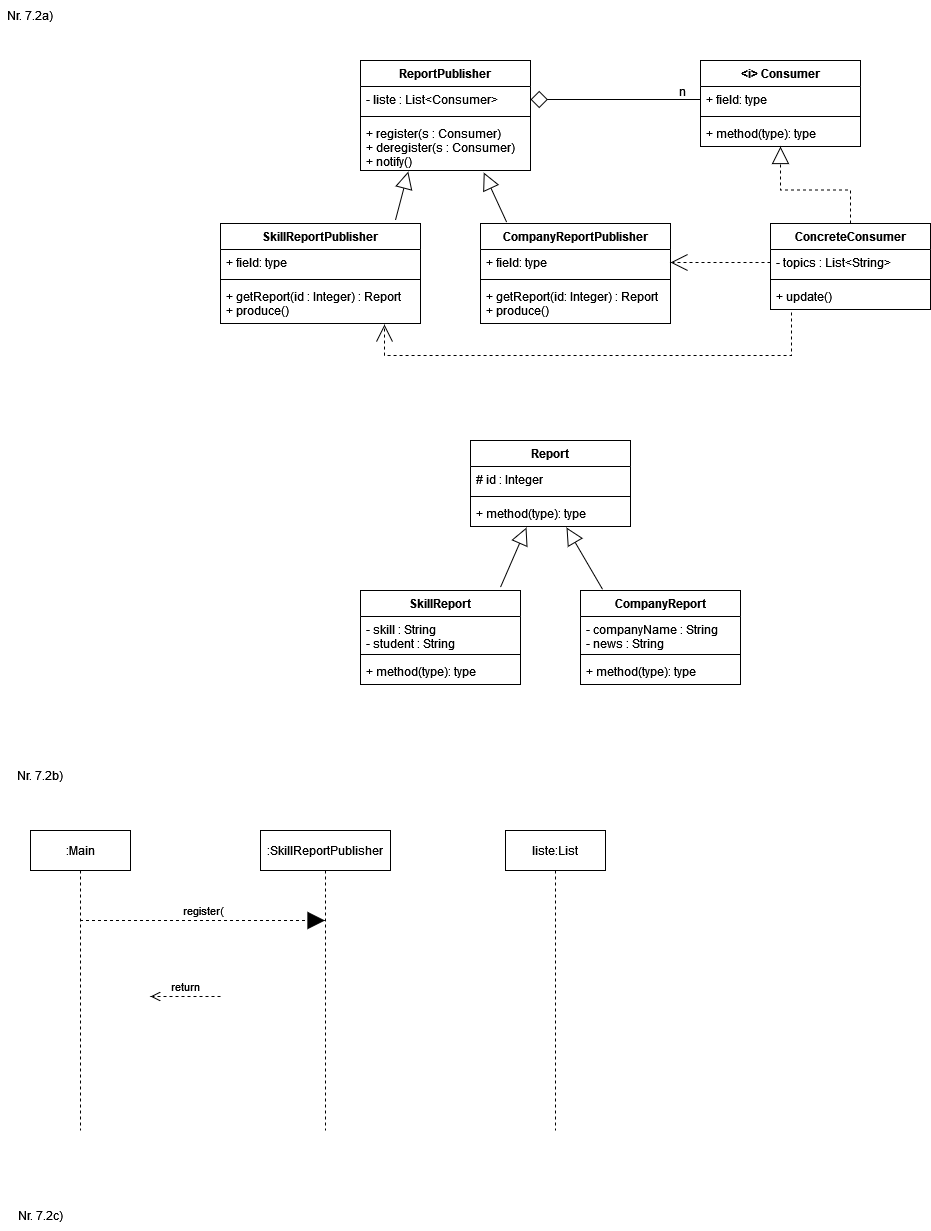
fitnesstino/WS22-SE1 keeps this draw.io diagram as src/org/hbrs/se1/ws22/uebung7/Uebung7-2.drawio.png. Above is the earlier version. Source tidied: cells renumbered, new cells last; positions are measured from the earlier drawing's top-left corner, leaving out a move shared by most shapes.
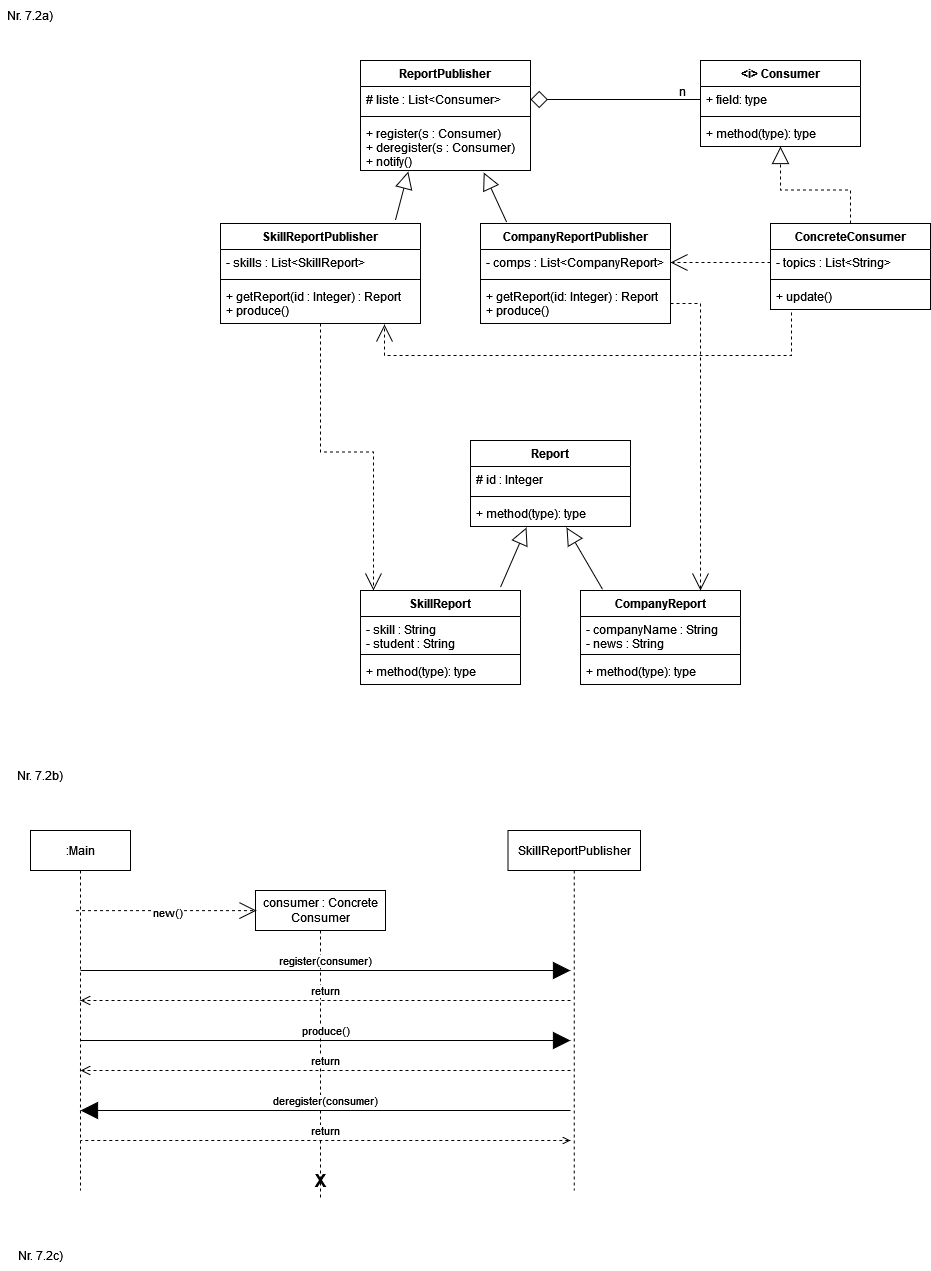
After the commit.

Diff of the diagram source:
```diff
@@ -5,7 +5,7 @@
     <mxCell id="2" value="ReportPublisher" style="swimlane;fontStyle=1;align=center;verticalAlign=top;horizontal=1;startSize=26;" parent="1" vertex="1">
       <mxGeometry x="360" y="60" width="170" height="110" as="geometry" />
     </mxCell>
-    <mxCell id="3" value="- liste : List&lt;Consumer&gt;" style="text;strokeColor=none;fillColor=none;align=left;verticalAlign=top;spacingLeft=4;spacingRight=4;overflow=hidden;points=[[0,0.5],[1,0.5]];portConstraint=eastwest;" parent="2" vertex="1">
+    <mxCell id="3" value="# liste : List&lt;Consumer&gt;" style="text;strokeColor=none;fillColor=none;align=left;verticalAlign=top;spacingLeft=4;spacingRight=4;overflow=hidden;points=[[0,0.5],[1,0.5]];portConstraint=eastwest;" parent="2" vertex="1">
       <mxGeometry y="26" width="170" height="26" as="geometry" />
     </mxCell>
     <mxCell id="4" style="line;strokeWidth=1;fillColor=none;align=left;verticalAlign=middle;spacingTop=-1;spacingLeft=3;spacingRight=3;labelPosition=right;strokeColor=inherit;" parent="2" vertex="1">
@@ -14,10 +14,13 @@
     <mxCell id="5" value="+ register(s : Consumer)&#10;+ deregister(s : Consumer)&#10;+ notify()&#10;" style="text;strokeColor=none;fillColor=none;align=left;verticalAlign=top;spacingLeft=4;spacingRight=4;overflow=hidden;points=[[0,0.5],[1,0.5]];portConstraint=eastwest;" parent="2" vertex="1">
       <mxGeometry y="60" width="170" height="50" as="geometry" />
     </mxCell>
+    <mxCell id="51" style="edgeStyle=orthogonalEdgeStyle;rounded=0;jettySize=auto;html=1;exitX=0.5;exitY=1;exitDx=0;exitDy=0;entryX=0.081;entryY=0;entryDx=0;entryDy=0;entryPerimeter=0;dashed=1;startArrow=none;startFill=0;endArrow=open;endFill=0;startSize=15;endSize=15;" parent="1" edge="1" source="6" target="25">
+      <mxGeometry relative="1" as="geometry" />
+    </mxCell>
     <mxCell id="6" value="SkillReportPublisher" style="swimlane;fontStyle=1;align=center;verticalAlign=top;horizontal=1;startSize=26;" parent="1" vertex="1">
       <mxGeometry x="220" y="223" width="200" height="100" as="geometry" />
     </mxCell>
-    <mxCell id="7" value="+ field: type" style="text;strokeColor=none;fillColor=none;align=left;verticalAlign=top;spacingLeft=4;spacingRight=4;overflow=hidden;" parent="6" vertex="1">
+    <mxCell id="7" value="- skills : List&lt;SkillReport&gt;" style="text;strokeColor=none;fillColor=none;align=left;verticalAlign=top;spacingLeft=4;spacingRight=4;overflow=hidden;" parent="6" vertex="1">
       <mxGeometry y="26" width="200" height="26" as="geometry" />
     </mxCell>
     <mxCell id="8" style="line;strokeWidth=1;fillColor=none;align=left;verticalAlign=middle;spacingTop=-1;spacingLeft=3;spacingRight=3;labelPosition=right;strokeColor=inherit;" parent="6" vertex="1">
@@ -29,7 +32,7 @@
     <mxCell id="10" value="CompanyReportPublisher" style="swimlane;fontStyle=1;align=center;verticalAlign=top;horizontal=1;startSize=26;" parent="1" vertex="1">
       <mxGeometry x="480" y="223" width="190" height="100" as="geometry" />
     </mxCell>
-    <mxCell id="11" value="+ field: type" style="text;strokeColor=none;fillColor=none;align=left;verticalAlign=top;spacingLeft=4;spacingRight=4;overflow=hidden;points=[[0,0.5],[1,0.5]];portConstraint=eastwest;" parent="10" vertex="1">
+    <mxCell id="11" value="- comps : List&lt;CompanyReport&gt;" style="text;strokeColor=none;fillColor=none;align=left;verticalAlign=top;spacingLeft=4;spacingRight=4;overflow=hidden;points=[[0,0.5],[1,0.5]];portConstraint=eastwest;" parent="10" vertex="1">
       <mxGeometry y="26" width="190" height="26" as="geometry" />
     </mxCell>
     <mxCell id="12" style="line;strokeWidth=1;fillColor=none;align=left;verticalAlign=middle;spacingTop=-1;spacingLeft=3;spacingRight=3;labelPosition=right;strokeColor=inherit;" parent="10" vertex="1">
@@ -141,29 +144,69 @@
       <mxGeometry x="10" y="760" width="60" height="30" as="geometry" />
     </mxCell>
     <mxCell id="45" value=":Main" style="shape=umlLifeline;perimeter=lifelinePerimeter;whiteSpace=wrap;html=1;outlineConnect=0;" parent="1" vertex="1">
-      <mxGeometry x="30" y="830" width="100" height="300" as="geometry" />
+      <mxGeometry x="30" y="830" width="100" height="360" as="geometry" />
     </mxCell>
-    <mxCell id="46" value=":SkillReportPublisher" style="shape=umlLifeline;perimeter=lifelinePerimeter;whiteSpace=wrap;html=1;outlineConnect=0;" parent="1" vertex="1">
-      <mxGeometry x="260" y="830" width="130" height="300" as="geometry" />
+    <mxCell id="46" value="consumer : Concrete Consumer" style="shape=umlLifeline;perimeter=lifelinePerimeter;whiteSpace=wrap;html=1;outlineConnect=0;" parent="1" vertex="1">
+      <mxGeometry x="255" y="890" width="130" height="310" as="geometry" />
     </mxCell>
+    <mxCell id="52" value="&lt;font size=&quot;1&quot;&gt;&lt;b style=&quot;font-size: 18px;&quot;&gt;X&lt;/b&gt;&lt;/font&gt;" style="text;html=1;align=center;verticalAlign=middle;strokeColor=none;fillColor=none;" parent="46" vertex="1">
+      <mxGeometry x="45" y="270" width="40" height="40" as="geometry" />
+    </mxCell>
-    <mxCell id="47" value="liste:List" style="shape=umlLifeline;perimeter=lifelinePerimeter;whiteSpace=wrap;html=1;" parent="1" vertex="1">
-      <mxGeometry x="505" y="830" width="100" height="300" as="geometry" />
+    <mxCell id="47" value="SkillReportPublisher" style="shape=umlLifeline;perimeter=lifelinePerimeter;whiteSpace=wrap;html=1;" parent="1" vertex="1">
+      <mxGeometry x="507.5" y="830" width="132.5" height="360" as="geometry" />
     </mxCell>
-    <mxCell id="48" value="register(" style="html=1;verticalAlign=bottom;endArrow=block;rounded=0;dashed=1;startSize=15;endSize=15;" parent="1" edge="1" source="45" target="46">
-      <mxGeometry relative="1" as="geometry">
-        <Array as="points">
-          <mxPoint x="270" y="920" />
-        </Array>
-      </mxGeometry>
-    </mxCell>
-    <mxCell id="49" value="return" style="html=1;verticalAlign=bottom;endArrow=open;dashed=1;endSize=8;exitX=0;exitY=0.95;rounded=0;" parent="1" edge="1">
-      <mxGeometry relative="1" as="geometry">
-        <mxPoint x="220" y="996" as="sourcePoint" />
-        <mxPoint x="150" y="996" as="targetPoint" />
-      </mxGeometry>
-    </mxCell>
     <mxCell id="50" value="&lt;div&gt;Nr. 7.2c)&lt;/div&gt;" style="text;html=1;strokeColor=none;fillColor=none;align=center;verticalAlign=middle;whiteSpace=wrap;rounded=0;" parent="1" vertex="1">
-      <mxGeometry x="10" y="1200" width="60" height="30" as="geometry" />
+      <mxGeometry x="10" y="1240" width="60" height="30" as="geometry" />
     </mxCell>
+    <mxCell id="53" style="edgeStyle=orthogonalEdgeStyle;rounded=0;jettySize=auto;html=1;entryX=0.75;entryY=0;entryDx=0;entryDy=0;dashed=1;startArrow=none;startFill=0;endArrow=open;endFill=0;startSize=15;endSize=15;" parent="1" edge="1" source="13" target="29">
+      <mxGeometry relative="1" as="geometry" />
+    </mxCell>
+    <mxCell id="54" style="endArrow=open;html=1;rounded=0;dashed=1;startSize=15;endSize=15;entryX=0.038;entryY=0.067;entryDx=0;entryDy=0;entryPerimeter=0;startArrow=none;startFill=0;endFill=0;" parent="1" edge="1">
+      <mxGeometry relative="1" as="geometry">
+        <mxPoint x="75.5" y="910.1" as="sourcePoint" />
+        <mxPoint x="255.9" y="910.1" as="targetPoint" />
+      </mxGeometry>
+    </mxCell>
+    <mxCell id="55" value="new()" style="edgeLabel;html=1;align=center;verticalAlign=middle;" parent="54" vertex="1">
+      <mxGeometry x="-0.12" y="-1" relative="1" as="geometry">
+        <mxPoint x="11" as="offset" />
+      </mxGeometry>
+    </mxCell>
+    <mxCell id="56" value="register(consumer)" style="html=1;verticalAlign=bottom;endArrow=block;entryX=0;entryY=0;rounded=0;startSize=15;endSize=15;" parent="1" edge="1">
+      <mxGeometry relative="1" as="geometry">
+        <mxPoint x="80" y="970" as="sourcePoint" />
+        <mxPoint x="570" y="970" as="targetPoint" />
+      </mxGeometry>
+    </mxCell>
+    <mxCell id="57" value="return" style="html=1;verticalAlign=bottom;endArrow=open;dashed=1;endSize=8;exitX=0;exitY=0.95;rounded=0;" parent="1" edge="1">
+      <mxGeometry relative="1" as="geometry">
+        <mxPoint x="570" y="1000" as="sourcePoint" />
+        <mxPoint x="80" y="1000" as="targetPoint" />
+      </mxGeometry>
+    </mxCell>
+    <mxCell id="58" value="produce()" style="html=1;verticalAlign=bottom;endArrow=block;entryX=0;entryY=0;rounded=0;startSize=15;endSize=15;" parent="1" edge="1">
+      <mxGeometry relative="1" as="geometry">
+        <mxPoint x="80" y="1040" as="sourcePoint" />
+        <mxPoint x="570" y="1040" as="targetPoint" />
+      </mxGeometry>
+    </mxCell>
+    <mxCell id="59" value="return" style="html=1;verticalAlign=bottom;endArrow=open;dashed=1;endSize=8;exitX=0;exitY=0.95;rounded=0;" parent="1" edge="1">
+      <mxGeometry relative="1" as="geometry">
+        <mxPoint x="570" y="1070" as="sourcePoint" />
+        <mxPoint x="80" y="1070" as="targetPoint" />
+      </mxGeometry>
+    </mxCell>
+    <mxCell id="60" value="deregister(consumer)" style="html=1;verticalAlign=bottom;endArrow=none;entryX=0;entryY=0;rounded=0;startSize=15;endSize=15;startArrow=block;startFill=1;endFill=0;" parent="1" edge="1">
+      <mxGeometry relative="1" as="geometry">
+        <mxPoint x="80" y="1110" as="sourcePoint" />
+        <mxPoint x="570" y="1110" as="targetPoint" />
+      </mxGeometry>
+    </mxCell>
+    <mxCell id="61" value="return" style="html=1;verticalAlign=bottom;endArrow=none;dashed=1;endSize=8;exitX=0;exitY=0.95;rounded=0;endFill=0;startArrow=open;startFill=0;" parent="1" edge="1">
+      <mxGeometry relative="1" as="geometry">
+        <mxPoint x="570" y="1140" as="sourcePoint" />
+        <mxPoint x="80" y="1140" as="targetPoint" />
+      </mxGeometry>
+    </mxCell>
   </root>
 </mxGraphModel>
```
